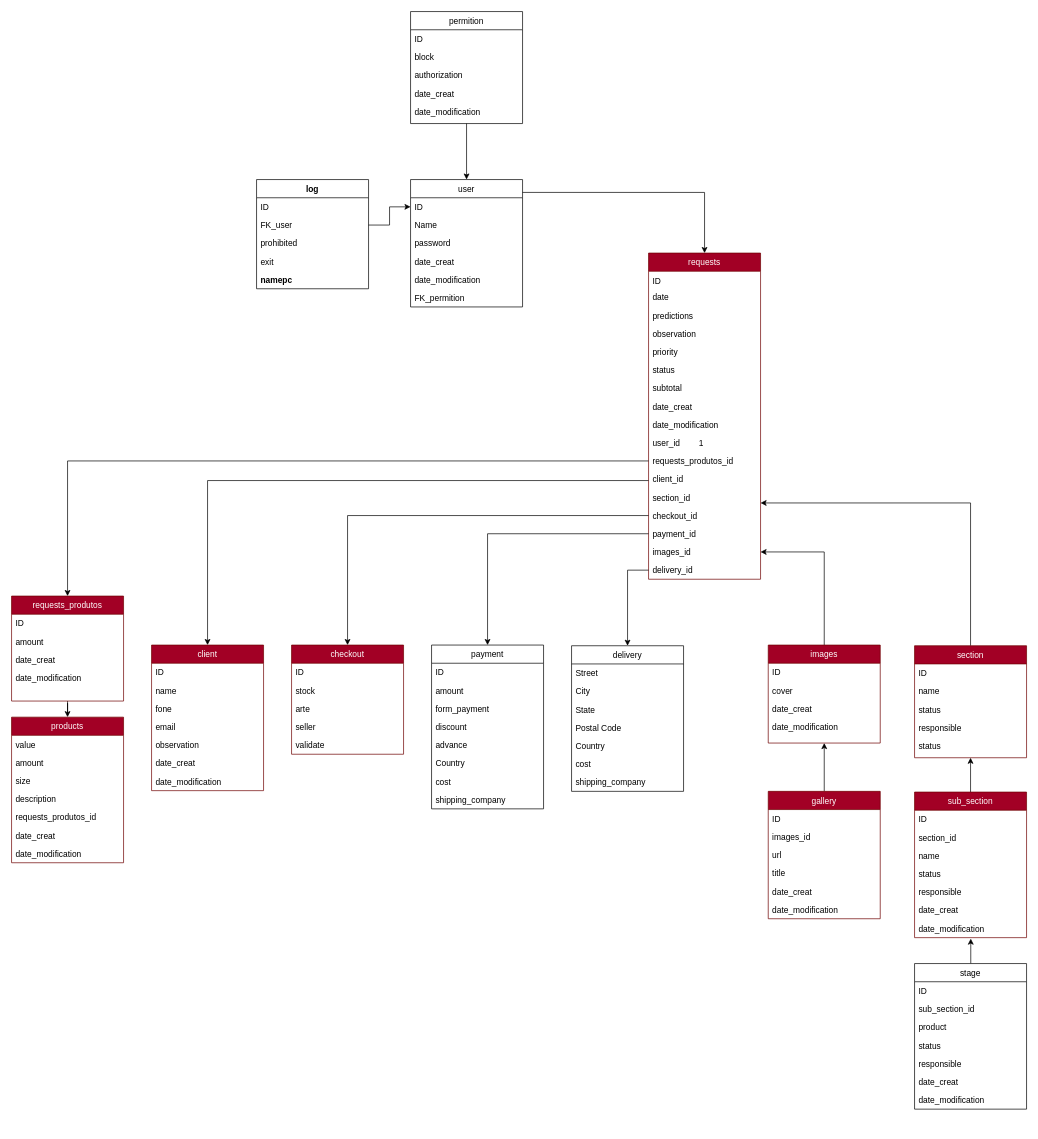
This is Diagrama sem nome.drawio from Ninguem2k/Aula-platica-POO-JAVA, a draw.io file, before an edit. Source tidied: cells renumbered, new cells numbered last; positions are measured from the earlier drawing's top-left corner, leaving out a move shared by most shapes. Both pictures are drawn from the tidied source at 70%, with x=0, y=0 at pixel (11, 11).
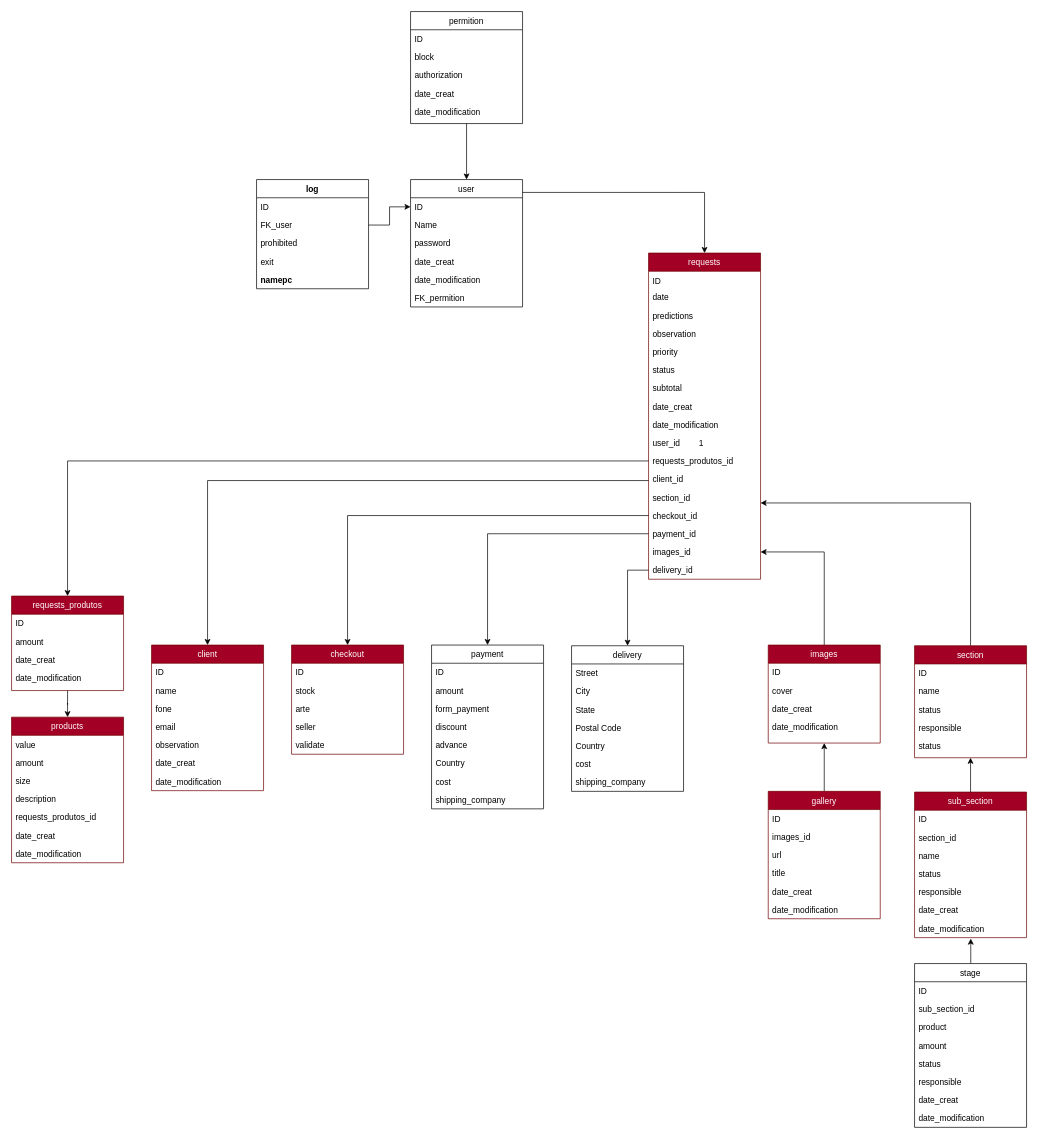
After the change.

Diff of the diagram source:
```diff
@@
     <mxCell id="36" value="requests_produtos" style="swimlane;fontStyle=0;align=center;verticalAlign=top;horizontal=1;startSize=26;rounded=0;shadow=0;strokeWidth=1;fillColor=#a20025;fontColor=#ffffff;strokeColor=#6F0000;" parent="1" vertex="1">
-      <mxGeometry y="835" width="160" height="150" as="geometry" />
+      <mxGeometry y="835" width="160" height="135" as="geometry" />
     </mxCell>
@@
     <mxCell id="124" value="stage" style="swimlane;fontStyle=0;align=center;verticalAlign=top;horizontal=1;startSize=26;rounded=0;shadow=0;strokeWidth=1;" parent="1" vertex="1">
-      <mxGeometry x="1290" y="1360" width="160" height="208" as="geometry" />
+      <mxGeometry x="1290" y="1360" width="160" height="234" as="geometry" />
     </mxCell>
@@
+    <mxCell id="132" value="amount" style="text;align=left;verticalAlign=top;spacingLeft=4;spacingRight=4;overflow=hidden;rounded=0;shadow=0;html=0;" parent="124" vertex="1">
+      <mxGeometry y="104" width="160" height="26" as="geometry" />
+    </mxCell>
     <mxCell id="128" value="status" style="text;align=left;verticalAlign=top;spacingLeft=4;spacingRight=4;overflow=hidden;rounded=0;shadow=0;html=0;" parent="124" vertex="1">
-      <mxGeometry y="104" width="160" height="26" as="geometry" />
+      <mxGeometry y="130" width="160" height="26" as="geometry" />
     </mxCell>
     <mxCell id="129" value="responsible" style="text;align=left;verticalAlign=top;spacingLeft=4;spacingRight=4;overflow=hidden;rounded=0;shadow=0;html=0;" parent="124" vertex="1">
-      <mxGeometry y="130" width="160" height="26" as="geometry" />
+      <mxGeometry y="156" width="160" height="26" as="geometry" />
     </mxCell>
     <mxCell id="130" value="date_creat" style="text;align=left;verticalAlign=top;spacingLeft=4;spacingRight=4;overflow=hidden;rounded=0;shadow=0;html=0;" parent="124" vertex="1">
-      <mxGeometry y="156" width="160" height="26" as="geometry" />
+      <mxGeometry y="182" width="160" height="26" as="geometry" />
     </mxCell>
     <mxCell id="131" value="date_modification" style="text;align=left;verticalAlign=top;spacingLeft=4;spacingRight=4;overflow=hidden;rounded=0;shadow=0;html=0;" parent="124" vertex="1">
-      <mxGeometry y="182" width="160" height="26" as="geometry" />
+      <mxGeometry y="208" width="160" height="26" as="geometry" />
     </mxCell>
```
